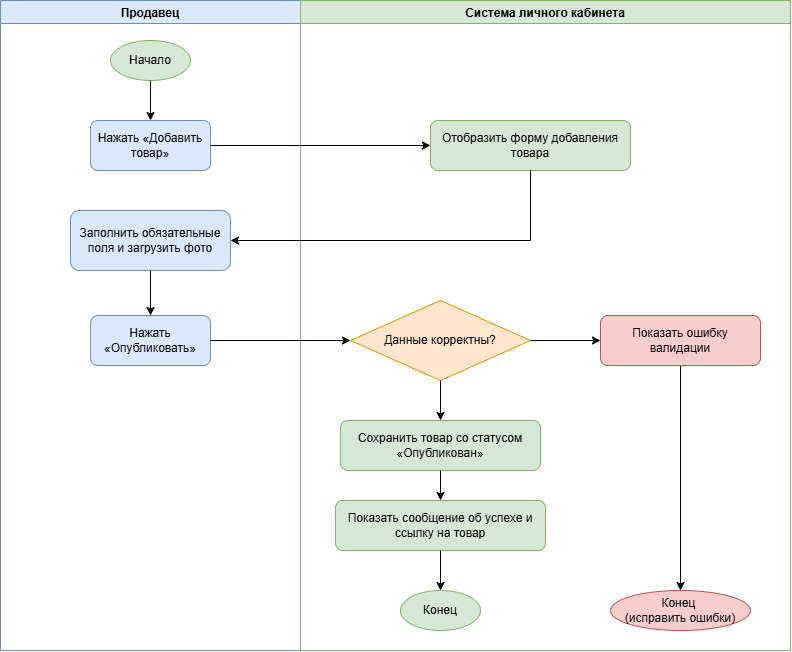
The draw.io diagram 02_UserStory_UseCases/Диаграмма_процесса_публикации.png in 4vertak/bookstore-registration-analysis, before a commit. Source tidied: cells renumbered, new cells last; positions are measured from the earlier drawing's top-left corner, leaving out a move shared by most shapes.
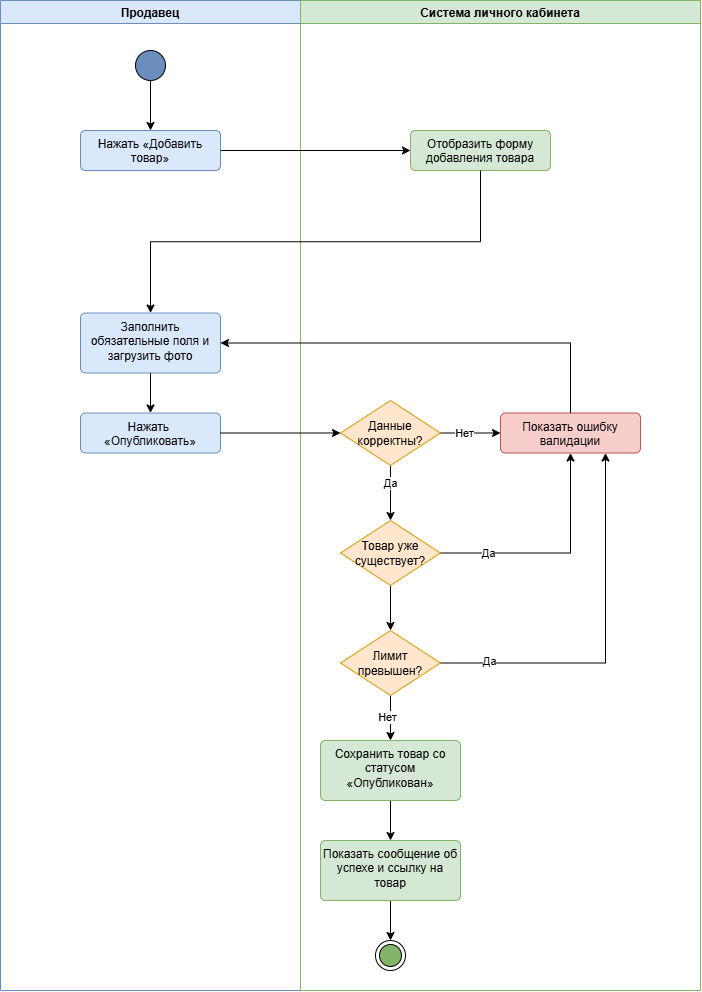
After the change.

Commit message:
feat: fix the publishing process diagram

The edit, as a diff of the source:
```diff
@@ -3,72 +3,106 @@
     <mxCell id="0" />
     <mxCell id="1" parent="0" />
     <mxCell id="2" value="Продавец" style="swimlane;fillColor=#dae8fc;strokeColor=#6c8ebf;swimlaneLine=1;" parent="1" vertex="1">
-      <mxGeometry width="300" height="650" as="geometry" />
+      <mxGeometry width="300" height="990" as="geometry" />
     </mxCell>
-    <mxCell id="3" value="Начало" style="ellipse;whiteSpace=wrap;html=1;fillColor=#d5e8d4;strokeColor=#82b366;" parent="2" vertex="1">
-      <mxGeometry x="110" y="40" width="80" height="40" as="geometry" />
-    </mxCell>
-    <mxCell id="4" value="Нажать «Добавить товар»" style="rounded=1;whiteSpace=wrap;html=1;fillColor=#dae8fc;strokeColor=#6c8ebf;" parent="2" vertex="1">
-      <mxGeometry x="90" y="120" width="120" height="50" as="geometry" />
+    <mxCell id="4" value="Нажать «Добавить товар»" style="html=1;align=center;verticalAlign=top;rounded=1;absoluteArcSize=1;arcSize=10;dashed=0;whiteSpace=wrap;fillColor=#DAE8FC;strokeColor=#6C8EBF;" parent="2" vertex="1">
+      <mxGeometry x="80" y="130" width="140" height="40" as="geometry" />
     </mxCell>
-    <mxCell id="5" value="Заполнить обязательные поля и загрузить фото" style="rounded=1;whiteSpace=wrap;html=1;fillColor=#dae8fc;strokeColor=#6c8ebf;" parent="2" vertex="1">
-      <mxGeometry x="70" y="210" width="160" height="60" as="geometry" />
+    <mxCell id="5" value="Заполнить обязательные поля и загрузить фото" style="html=1;align=center;verticalAlign=top;rounded=1;absoluteArcSize=1;arcSize=10;dashed=0;whiteSpace=wrap;fillColor=#DAE8FC;strokeColor=#6C8EBF;" parent="2" vertex="1">
+      <mxGeometry x="80" y="312.5" width="140" height="60" as="geometry" />
     </mxCell>
+    <mxCell id="25" style="edgeStyle=orthogonalEdgeStyle;rounded=0;jettySize=auto;html=1;exitX=0.5;exitY=1;exitDx=0;exitDy=0;entryX=0.5;entryY=0;entryDx=0;entryDy=0;" parent="2" edge="1" source="26" target="4">
+      <mxGeometry relative="1" as="geometry" />
+    </mxCell>
+    <mxCell id="26" style="ellipse;fillColor=strokeColor;html=1;" parent="2" vertex="1">
+      <mxGeometry x="135" y="50" width="30" height="30" as="geometry" />
+    </mxCell>
-    <mxCell id="6" value="Нажать «Опубликовать»" style="rounded=1;whiteSpace=wrap;html=1;fillColor=#dae8fc;strokeColor=#6c8ebf;" parent="2" vertex="1">
-      <mxGeometry x="90" y="315" width="120" height="50" as="geometry" />
+    <mxCell id="6" value="Нажать&amp;nbsp;&lt;div&gt;«Опубликовать»&lt;/div&gt;" style="html=1;align=center;verticalAlign=top;rounded=1;absoluteArcSize=1;arcSize=10;dashed=0;whiteSpace=wrap;fillColor=#DAE8FC;strokeColor=#6C8EBF;" parent="2" vertex="1">
+      <mxGeometry x="80" y="412.5" width="140" height="40" as="geometry" />
     </mxCell>
+    <mxCell id="23" style="edgeStyle=orthogonalEdgeStyle;rounded=0;jettySize=auto;html=1;exitX=0.5;exitY=1;exitDx=0;exitDy=0;entryX=0.5;entryY=0;entryDx=0;entryDy=0;" parent="2" edge="1" source="5" target="6">
+      <mxGeometry relative="1" as="geometry" />
+    </mxCell>
     <mxCell id="7" value="Система личного кабинета" style="swimlane;fillColor=#d5e8d4;strokeColor=#82b366;swimlaneLine=1;" parent="1" vertex="1">
-      <mxGeometry x="300" width="490" height="650" as="geometry" />
+      <mxGeometry x="300" width="400" height="990" as="geometry" />
     </mxCell>
-    <mxCell id="8" value="Отобразить форму добавления товара" style="rounded=1;whiteSpace=wrap;html=1;fillColor=#d5e8d4;strokeColor=#82b366;" parent="7" vertex="1">
-      <mxGeometry x="130" y="120" width="200" height="50" as="geometry" />
+    <mxCell id="8" value="Отобразить форму добавления товара" style="html=1;align=center;verticalAlign=top;rounded=1;absoluteArcSize=1;arcSize=10;dashed=0;whiteSpace=wrap;fillColor=#D5E8D4;strokeColor=#82B366;" parent="7" vertex="1">
+      <mxGeometry x="110" y="130" width="140" height="40" as="geometry" />
     </mxCell>
+    <mxCell id="18" value="Показать ошибку валидации" style="html=1;align=center;verticalAlign=top;rounded=1;absoluteArcSize=1;arcSize=10;dashed=0;whiteSpace=wrap;fillColor=#F8CECC;strokeColor=#B85450;" parent="7" vertex="1">
+      <mxGeometry x="200" y="412.5" width="140" height="40" as="geometry" />
+    </mxCell>
+    <mxCell id="15" style="edgeStyle=orthogonalEdgeStyle;rounded=0;jettySize=auto;html=1;exitX=0.5;exitY=1;exitDx=0;exitDy=0;" parent="7" edge="1" source="10" target="11">
+      <mxGeometry relative="1" as="geometry" />
+    </mxCell>
+    <mxCell id="10" value="Сохранить товар со статусом «Опубликован»" style="html=1;align=center;verticalAlign=top;rounded=1;absoluteArcSize=1;arcSize=10;dashed=0;whiteSpace=wrap;fillColor=#D5E8D4;strokeColor=#82B366;" parent="7" vertex="1">
+      <mxGeometry x="20" y="740" width="140" height="60" as="geometry" />
+    </mxCell>
+    <mxCell id="27" style="edgeStyle=orthogonalEdgeStyle;rounded=0;jettySize=auto;html=1;exitX=0.5;exitY=1;exitDx=0;exitDy=0;entryX=0.5;entryY=0;entryDx=0;entryDy=0;" parent="7" edge="1" source="11" target="31">
+      <mxGeometry relative="1" as="geometry" />
+    </mxCell>
+    <mxCell id="11" value="Показать сообщение об успехе и ссылку на товар" style="html=1;align=center;verticalAlign=top;rounded=1;absoluteArcSize=1;arcSize=10;dashed=0;whiteSpace=wrap;fillColor=#D5E8D4;strokeColor=#82B366;" parent="7" vertex="1">
+      <mxGeometry x="20" y="840" width="140" height="60" as="geometry" />
+    </mxCell>
+    <mxCell id="13" style="edgeStyle=orthogonalEdgeStyle;rounded=0;jettySize=auto;html=1;exitX=1;exitY=0.5;exitDx=0;exitDy=0;" parent="7" edge="1" source="9" target="18">
+      <mxGeometry relative="1" as="geometry" />
+    </mxCell>
+    <mxCell id="28" value="Нет" style="edgeLabel;html=1;align=center;verticalAlign=middle;" parent="13" vertex="1">
+      <mxGeometry x="-0.21" y="-4" relative="1" as="geometry">
+        <mxPoint y="-4" as="offset" />
+      </mxGeometry>
+    </mxCell>
+    <mxCell id="29" style="edgeStyle=orthogonalEdgeStyle;rounded=0;jettySize=auto;html=1;exitX=0.5;exitY=1;exitDx=0;exitDy=0;entryX=0.5;entryY=0;entryDx=0;entryDy=0;" parent="7" edge="1" source="9" target="35">
+      <mxGeometry relative="1" as="geometry" />
+    </mxCell>
+    <mxCell id="30" value="Да" style="edgeLabel;html=1;align=center;verticalAlign=middle;" parent="29" vertex="1">
+      <mxGeometry x="-0.38" y="-1" relative="1" as="geometry" />
+    </mxCell>
-    <mxCell id="9" value="Данные корректны?" style="rhombus;whiteSpace=wrap;html=1;fillColor=#ffe6cc;strokeColor=#d79b00;" parent="7" vertex="1">
-      <mxGeometry x="50" y="300" width="180" height="80" as="geometry" />
+    <mxCell id="9" value="Данные корректны?" style="shape=rhombus;html=1;dashed=0;whiteSpace=wrap;perimeter=rhombusPerimeter;fillColor=#FFE6CC;strokeColor=#D79B00;" parent="7" vertex="1">
+      <mxGeometry x="40" y="400" width="100" height="65" as="geometry" />
     </mxCell>
-    <mxCell id="10" value="Сохранить товар со статусом «Опубликован»" style="rounded=1;whiteSpace=wrap;html=1;fillColor=#d5e8d4;strokeColor=#82b366;" parent="7" vertex="1">
-      <mxGeometry x="40" y="420" width="200" height="50" as="geometry" />
-    </mxCell>
-    <mxCell id="11" value="Показать сообщение об успехе и ссылку на товар" style="rounded=1;whiteSpace=wrap;html=1;fillColor=#d5e8d4;strokeColor=#82b366;" parent="7" vertex="1">
-      <mxGeometry x="35" y="500" width="210" height="50" as="geometry" />
-    </mxCell>
-    <mxCell id="12" value="Конец&amp;nbsp;&lt;div&gt;(исправить ошибки)&lt;/div&gt;" style="ellipse;whiteSpace=wrap;html=1;fillColor=#f8cecc;strokeColor=#b85450;" parent="7" vertex="1">
-      <mxGeometry x="310" y="590" width="140" height="40" as="geometry" />
-    </mxCell>
-    <mxCell id="13" style="edgeStyle=orthogonalEdgeStyle;rounded=0;html=1;exitX=1;exitY=0.5;entryX=0;entryY=0.5;" parent="7" edge="1" source="9" target="18">
-      <mxGeometry relative="1" as="geometry" />
-    </mxCell>
-    <mxCell id="14" style="edgeStyle=orthogonalEdgeStyle;rounded=0;html=1;exitX=0.5;exitY=1;entryX=0.5;entryY=0;" parent="7" edge="1" source="9" target="10">
-      <mxGeometry relative="1" as="geometry" />
-    </mxCell>
-    <mxCell id="15" style="edgeStyle=orthogonalEdgeStyle;rounded=0;html=1;exitX=0.5;exitY=1;entryX=0.5;entryY=0;" parent="7" edge="1" source="10" target="11">
-      <mxGeometry relative="1" as="geometry" />
-    </mxCell>
-    <mxCell id="16" style="edgeStyle=orthogonalEdgeStyle;rounded=0;html=1;exitX=0.5;exitY=1;entryX=0.5;entryY=0;" parent="7" edge="1" source="11" target="19">
-      <mxGeometry relative="1" as="geometry" />
-    </mxCell>
-    <mxCell id="17" style="edgeStyle=orthogonalEdgeStyle;rounded=0;html=1;exitX=0.5;exitY=1;entryX=0.5;entryY=0;" parent="7" edge="1" source="18" target="12">
-      <mxGeometry relative="1" as="geometry" />
-    </mxCell>
-    <mxCell id="18" value="Показать ошибку валидации" style="rounded=1;whiteSpace=wrap;html=1;fillColor=#f8cecc;strokeColor=#b85450;" parent="7" vertex="1">
-      <mxGeometry x="300" y="315" width="160" height="50" as="geometry" />
-    </mxCell>
-    <mxCell id="19" value="Конец" style="ellipse;whiteSpace=wrap;html=1;fillColor=#d5e8d4;strokeColor=#82b366;" parent="7" vertex="1">
-      <mxGeometry x="100" y="590" width="80" height="40" as="geometry" />
-    </mxCell>
-    <mxCell id="20" style="edgeStyle=orthogonalEdgeStyle;rounded=0;html=1;exitX=0.5;exitY=1;entryX=0.5;entryY=0;" parent="1" edge="1" source="3" target="4">
-      <mxGeometry relative="1" as="geometry" />
-    </mxCell>
+    <mxCell id="31" style="ellipse;html=1;shape=endState;fillColor=strokeColor;" parent="7" vertex="1">
+      <mxGeometry x="75" y="940" width="30" height="30" as="geometry" />
+    </mxCell>
+    <mxCell id="32" style="edgeStyle=orthogonalEdgeStyle;rounded=0;jettySize=auto;html=1;exitX=1;exitY=0.5;exitDx=0;exitDy=0;entryX=0.5;entryY=1;entryDx=0;entryDy=0;" parent="7" edge="1" source="35" target="18">
+      <mxGeometry relative="1" as="geometry" />
+    </mxCell>
+    <mxCell id="33" value="Да" style="edgeLabel;html=1;align=center;verticalAlign=middle;" parent="32" vertex="1">
+      <mxGeometry x="-0.58" relative="1" as="geometry" />
+    </mxCell>
+    <mxCell id="34" style="edgeStyle=orthogonalEdgeStyle;rounded=0;jettySize=auto;html=1;exitX=0.5;exitY=1;exitDx=0;exitDy=0;entryX=0.5;entryY=0;entryDx=0;entryDy=0;" parent="7" edge="1" source="35" target="40">
+      <mxGeometry relative="1" as="geometry" />
+    </mxCell>
+    <mxCell id="35" value="Товар уже существует?" style="shape=rhombus;html=1;dashed=0;whiteSpace=wrap;perimeter=rhombusPerimeter;fillColor=#FFE6CC;strokeColor=#D79B00;" parent="7" vertex="1">
+      <mxGeometry x="40" y="520" width="100" height="65" as="geometry" />
+    </mxCell>
+    <mxCell id="36" style="edgeStyle=orthogonalEdgeStyle;rounded=0;jettySize=auto;html=1;exitX=1;exitY=0.5;exitDx=0;exitDy=0;entryX=0.75;entryY=1;entryDx=0;entryDy=0;" parent="7" edge="1" source="40" target="18">
+      <mxGeometry relative="1" as="geometry" />
+    </mxCell>
+    <mxCell id="37" value="Да" style="edgeLabel;html=1;align=center;verticalAlign=middle;" parent="36" vertex="1">
+      <mxGeometry x="-0.74" y="2" relative="1" as="geometry" />
+    </mxCell>
+    <mxCell id="38" style="edgeStyle=orthogonalEdgeStyle;rounded=0;jettySize=auto;html=1;exitX=0.5;exitY=1;exitDx=0;exitDy=0;entryX=0.5;entryY=0;entryDx=0;entryDy=0;" parent="7" edge="1" source="40" target="10">
+      <mxGeometry relative="1" as="geometry" />
+    </mxCell>
+    <mxCell id="39" value="Нет" style="edgeLabel;html=1;align=center;verticalAlign=middle;" parent="38" vertex="1">
+      <mxGeometry x="-0.12" y="-4" relative="1" as="geometry">
+        <mxPoint y="1" as="offset" />
+      </mxGeometry>
+    </mxCell>
+    <mxCell id="40" value="Лимит превышен?" style="shape=rhombus;html=1;dashed=0;whiteSpace=wrap;perimeter=rhombusPerimeter;fillColor=#FFE6CC;strokeColor=#D79B00;" parent="7" vertex="1">
+      <mxGeometry x="40" y="630" width="100" height="65" as="geometry" />
+    </mxCell>
-    <mxCell id="21" style="edgeStyle=orthogonalEdgeStyle;rounded=0;html=1;exitX=1;exitY=0.5;entryX=0;entryY=0.5;" parent="1" edge="1" source="4" target="8">
+    <mxCell id="21" style="edgeStyle=orthogonalEdgeStyle;rounded=0;jettySize=auto;html=1;exitX=1;exitY=0.5;exitDx=0;exitDy=0;entryX=0;entryY=0.5;entryDx=0;entryDy=0;" parent="1" edge="1" source="4" target="8">
       <mxGeometry relative="1" as="geometry" />
     </mxCell>
+    <mxCell id="41" style="edgeStyle=orthogonalEdgeStyle;rounded=0;jettySize=auto;html=1;exitX=0.5;exitY=0;exitDx=0;exitDy=0;entryX=1;entryY=0.5;entryDx=0;entryDy=0;" parent="1" edge="1" source="18" target="5">
+      <mxGeometry relative="1" as="geometry" />
+    </mxCell>
-    <mxCell id="22" style="edgeStyle=orthogonalEdgeStyle;rounded=0;html=1;exitX=0.5;exitY=1;entryX=1;entryY=0.5;entryDx=0;entryDy=0;" parent="1" edge="1" source="8" target="5">
+    <mxCell id="22" style="edgeStyle=orthogonalEdgeStyle;rounded=0;jettySize=auto;html=1;exitX=0.5;exitY=1;exitDx=0;exitDy=0;entryX=0.5;entryY=0;entryDx=0;entryDy=0;" parent="1" edge="1" source="8" target="5">
       <mxGeometry relative="1" as="geometry" />
     </mxCell>
-    <mxCell id="23" style="edgeStyle=orthogonalEdgeStyle;rounded=0;html=1;exitX=0.5;exitY=1;entryX=0.5;entryY=0;" parent="1" edge="1" source="5" target="6">
-      <mxGeometry relative="1" as="geometry" />
-    </mxCell>
-    <mxCell id="24" style="edgeStyle=orthogonalEdgeStyle;rounded=0;html=1;exitX=1;exitY=0.5;entryX=0;entryY=0.5;" parent="1" edge="1" source="6" target="9">
+    <mxCell id="24" style="edgeStyle=orthogonalEdgeStyle;rounded=0;jettySize=auto;html=1;exitX=1;exitY=0.5;exitDx=0;exitDy=0;entryX=0;entryY=0.5;entryDx=0;entryDy=0;" parent="1" edge="1" source="6" target="9">
       <mxGeometry relative="1" as="geometry" />
     </mxCell>
   </root>
```
